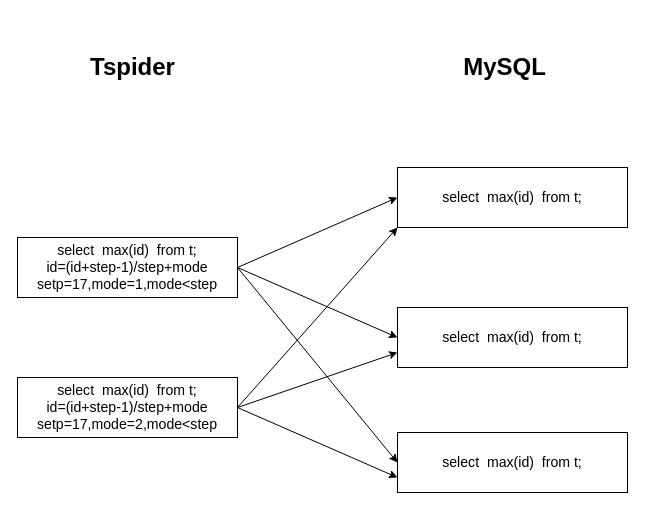
The draw.io diagram auto_increment.drawio in xingyingone/test, before the edit. Source tidied: cells renumbered, new cells numbered last; positions are measured from the earlier drawing's top-left corner, leaving out a move shared by most shapes. Both pictures are drawn from the tidied source at 100%, with x=0, y=0 at pixel (17, 17).
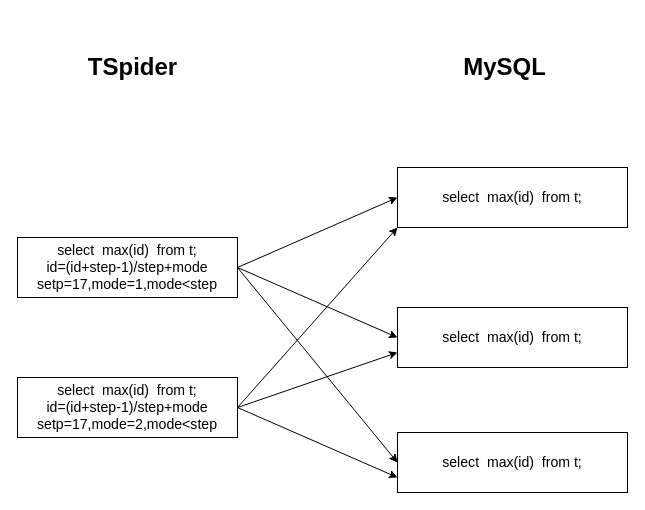
The same diagram, later.

What changed in the source:
```diff
@@
 <mxGraphModel>
   <root>
     <mxCell id="0" />
     <mxCell id="1" parent="0" />
     <mxCell id="2" style="edgeStyle=none;rounded=0;jettySize=auto;html=1;entryX=0;entryY=0.5;entryDx=0;entryDy=0;" parent="1" edge="1" source="5" target="12">
       <mxGeometry relative="1" as="geometry">
         <Array as="points">
           <mxPoint x="220" y="250" />
         </Array>
       </mxGeometry>
     </mxCell>
     <mxCell id="3" style="edgeStyle=none;rounded=0;jettySize=auto;html=1;entryX=0;entryY=0.5;entryDx=0;entryDy=0;" parent="1" edge="1" source="5" target="13">
       <mxGeometry relative="1" as="geometry">
         <Array as="points">
           <mxPoint x="220" y="250" />
         </Array>
       </mxGeometry>
     </mxCell>
     <mxCell id="4" style="edgeStyle=none;rounded=0;jettySize=auto;html=1;exitX=1;exitY=0.5;exitDx=0;exitDy=0;entryX=0;entryY=0.5;entryDx=0;entryDy=0;" parent="1" edge="1" source="5" target="14">
       <mxGeometry relative="1" as="geometry" />
     </mxCell>
     <mxCell id="5" value="&lt;span style=&quot;font-size: 14.1176px ; white-space: normal&quot;&gt;select&amp;nbsp; max(id)&amp;nbsp; from t;&lt;/span&gt;&lt;br style=&quot;font-size: 14.1176px ; white-space: normal&quot;&gt;&lt;span style=&quot;font-size: 14.1176px ; white-space: normal&quot;&gt;id=(id+step-1)/step+mode&lt;/span&gt;&lt;br style=&quot;font-size: 14.1176px ; white-space: normal&quot;&gt;&lt;span style=&quot;font-size: 14.1176px ; white-space: normal&quot;&gt;setp=17,mode=1,mode&amp;lt;step&lt;/span&gt;" style="rounded=0;whiteSpace=wrap;html=1;" parent="1" vertex="1">
       <mxGeometry y="220" width="220" height="60" as="geometry" />
     </mxCell>
     <mxCell id="6" style="edgeStyle=none;rounded=0;jettySize=auto;html=1;entryX=0;entryY=1;entryDx=0;entryDy=0;" parent="1" edge="1" source="9" target="12">
       <mxGeometry relative="1" as="geometry">
         <Array as="points">
           <mxPoint x="220" y="390" />
         </Array>
       </mxGeometry>
     </mxCell>
     <mxCell id="7" style="edgeStyle=none;rounded=0;jettySize=auto;html=1;exitX=1;exitY=0.5;exitDx=0;exitDy=0;entryX=0;entryY=0.75;entryDx=0;entryDy=0;" parent="1" edge="1" source="9" target="13">
       <mxGeometry relative="1" as="geometry" />
     </mxCell>
     <mxCell id="8" style="edgeStyle=none;rounded=0;jettySize=auto;html=1;exitX=1;exitY=0.5;exitDx=0;exitDy=0;entryX=0;entryY=0.75;entryDx=0;entryDy=0;" parent="1" edge="1" source="9" target="14">
       <mxGeometry relative="1" as="geometry" />
     </mxCell>
     <mxCell id="9" value="&lt;span style=&quot;font-size: 14.1176px ; white-space: normal&quot;&gt;select&amp;nbsp; max(id)&amp;nbsp; from t;&lt;/span&gt;&lt;br style=&quot;font-size: 14.1176px ; white-space: normal&quot;&gt;&lt;span style=&quot;font-size: 14.1176px ; white-space: normal&quot;&gt;id=(id+step-1)/step+mode&lt;/span&gt;&lt;br style=&quot;font-size: 14.1176px ; white-space: normal&quot;&gt;&lt;span style=&quot;font-size: 14.1176px ; white-space: normal&quot;&gt;setp=17,mode=2,mode&amp;lt;step&lt;/span&gt;" style="rounded=0;whiteSpace=wrap;html=1;" parent="1" vertex="1">
       <mxGeometry y="360" width="220" height="60" as="geometry" />
     </mxCell>
-    <mxCell id="10" value="&lt;h1&gt;&lt;b&gt;Tspider&lt;/b&gt;&lt;/h1&gt;" style="text;html=1;strokeColor=none;fillColor=none;align=center;verticalAlign=middle;whiteSpace=wrap;rounded=0;" parent="1" vertex="1">
+    <mxCell id="10" value="&lt;h1&gt;&lt;b&gt;TSpider&lt;/b&gt;&lt;/h1&gt;" style="text;html=1;strokeColor=none;fillColor=none;align=center;verticalAlign=middle;whiteSpace=wrap;rounded=0;" parent="1" vertex="1">
       <mxGeometry x="47.5" width="135" height="100" as="geometry" />
     </mxCell>
     <mxCell id="11" value="&lt;h1&gt;&lt;b&gt;MySQL&lt;/b&gt;&lt;/h1&gt;" style="text;html=1;strokeColor=none;fillColor=none;align=center;verticalAlign=middle;whiteSpace=wrap;rounded=0;" parent="1" vertex="1">
       <mxGeometry x="420" width="135" height="100" as="geometry" />
     </mxCell>
     <mxCell id="12" value="&lt;span style=&quot;font-size: 14.1176px ; white-space: normal&quot;&gt;select&amp;nbsp; max(id)&amp;nbsp; from t;&lt;/span&gt;&lt;br style=&quot;font-size: 14.1176px ; white-space: normal&quot;&gt;" style="rounded=0;whiteSpace=wrap;html=1;" parent="1" vertex="1">
       <mxGeometry x="380" y="150" width="230" height="60" as="geometry" />
     </mxCell>
     <mxCell id="13" value="&lt;span style=&quot;font-size: 14.1176px ; white-space: normal&quot;&gt;select&amp;nbsp; max(id)&amp;nbsp; from t;&lt;/span&gt;&lt;br style=&quot;font-size: 14.1176px ; white-space: normal&quot;&gt;" style="rounded=0;whiteSpace=wrap;html=1;" parent="1" vertex="1">
       <mxGeometry x="380" y="290" width="230" height="60" as="geometry" />
     </mxCell>
     <mxCell id="14" value="&lt;span style=&quot;font-size: 14.1176px ; white-space: normal&quot;&gt;select&amp;nbsp; max(id)&amp;nbsp; from t;&lt;/span&gt;&lt;br style=&quot;font-size: 14.1176px ; white-space: normal&quot;&gt;" style="rounded=0;whiteSpace=wrap;html=1;" parent="1" vertex="1">
       <mxGeometry x="380" y="415" width="230" height="60" as="geometry" />
     </mxCell>
   </root>
 </mxGraphModel>
```
